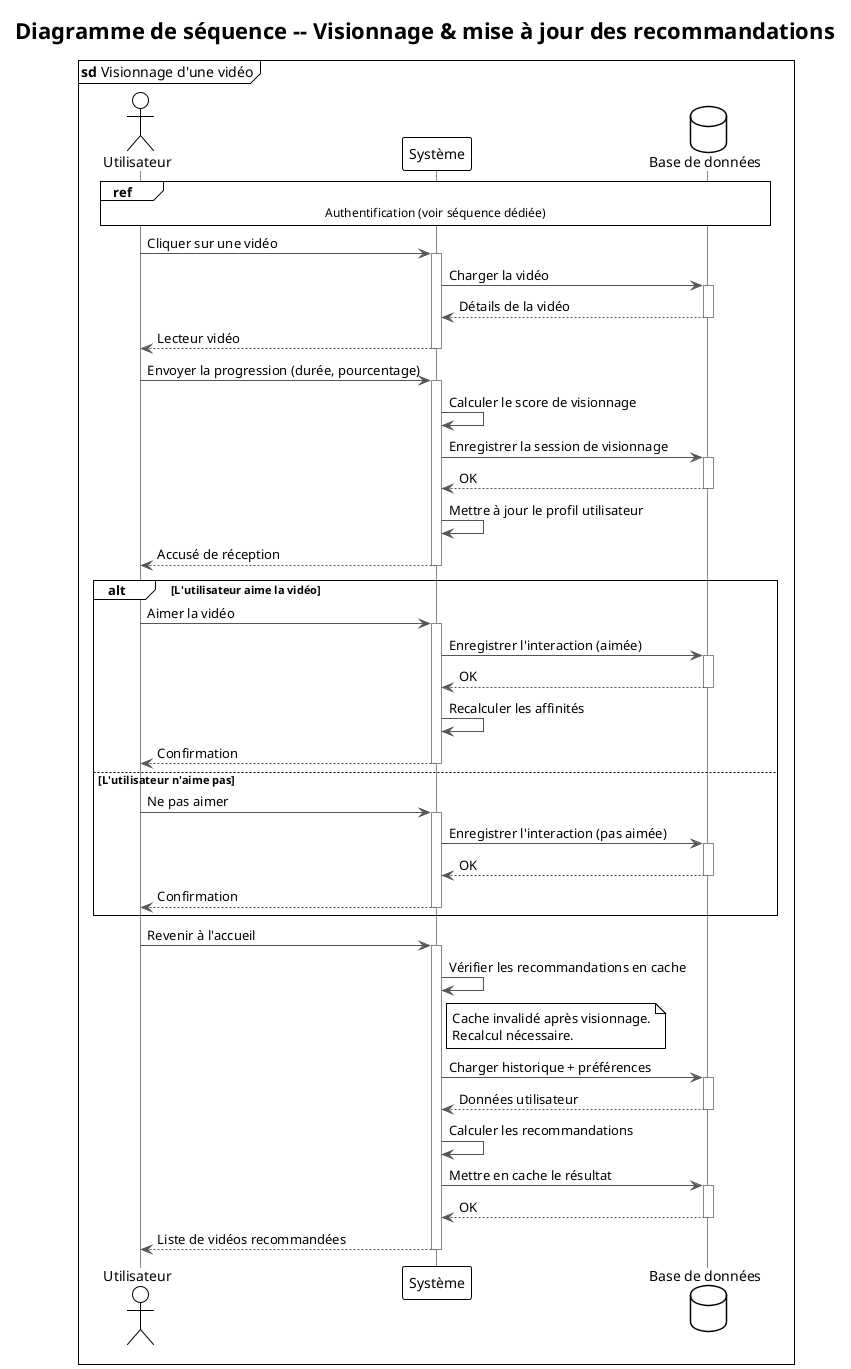
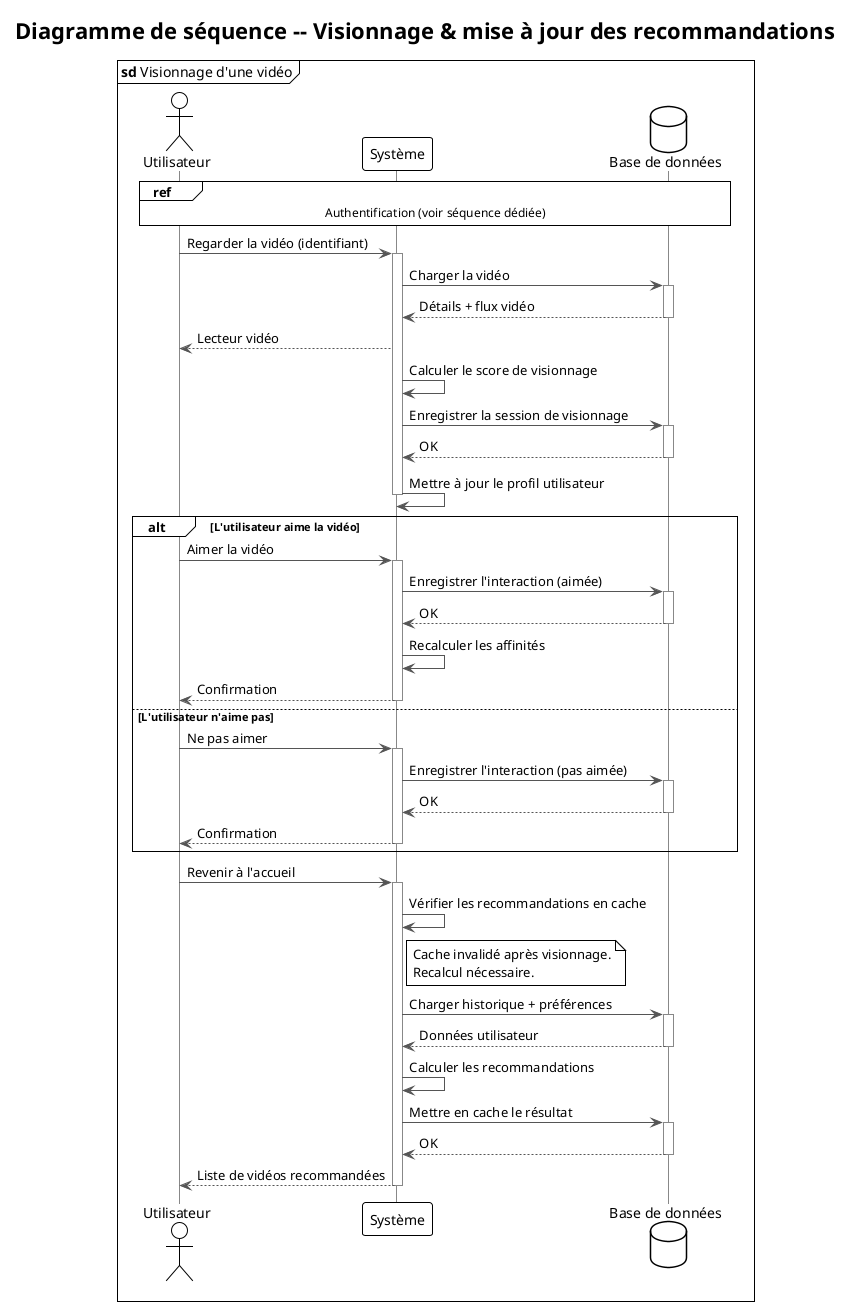
@startuml Sequence_Visionnage
!theme plain
skinparam backgroundColor #FFFFFF
skinparam defaultFontName Arial
skinparam SequenceArrowColor #555555
skinparam SequenceLifeLineBorderColor #888888
skinparam SequenceBoxBorderColor #333333

title Diagramme de séquence -- Visionnage & mise à jour des recommandations
mainframe **sd** Visionnage d'une vidéo

- actor       "Utilisateur"      as U
- participant "Système"          as S
- database    "Base de données"  as DB
+ actor       "Utilisateur"     as U
+ participant "Système"         as S
+ database    "Base de données" as DB

ref over U, S, DB : Authentification (voir séquence dédiée)

- ' 2. Lecture
- U -> S : Cliquer sur une vidéo
+ ' 1. Lecture de la vidéo
+ U -> S : Regarder la vidéo (identifiant)
activate S
S -> DB : Charger la vidéo
activate DB
- DB --> S : Détails de la vidéo
+ DB --> S : Détails + flux vidéo
deactivate DB
S --> U : Lecteur vidéo
- deactivate S

- ' 3. Suivi visionnage
- U -> S : Envoyer la progression (durée, pourcentage)
- activate S
+ ' 2. Suivi du visionnage (interne au système)
S -> S : Calculer le score de visionnage
S -> DB : Enregistrer la session de visionnage
activate DB
DB --> S : OK
deactivate DB
S -> S : Mettre à jour le profil utilisateur
- S --> U : Accusé de réception
deactivate S

- ' 4. Engagement
+ ' 3. Engagement (optionnel)
alt L'utilisateur aime la vidéo
  U -> S : Aimer la vidéo
  activate S
  S -> DB : Enregistrer l'interaction (aimée)
  activate DB
  DB --> S : OK
  deactivate DB
  S -> S : Recalculer les affinités
  S --> U : Confirmation
  deactivate S
else L'utilisateur n'aime pas
  U -> S : Ne pas aimer
  activate S
  S -> DB : Enregistrer l'interaction (pas aimée)
  activate DB
  DB --> S : OK
  deactivate DB
  S --> U : Confirmation
  deactivate S
end

- ' 5. Nouvelles recommandations
+ ' 4. Nouvelles recommandations
U -> S : Revenir à l'accueil
activate S
S -> S : Vérifier les recommandations en cache
note right of S
  Cache invalidé après visionnage.
  Recalcul nécessaire.
end note
S -> DB : Charger historique + préférences
activate DB
DB --> S : Données utilisateur
deactivate DB
S -> S : Calculer les recommandations
S -> DB : Mettre en cache le résultat
activate DB
DB --> S : OK
deactivate DB
S --> U : Liste de vidéos recommandées
deactivate S
@enduml